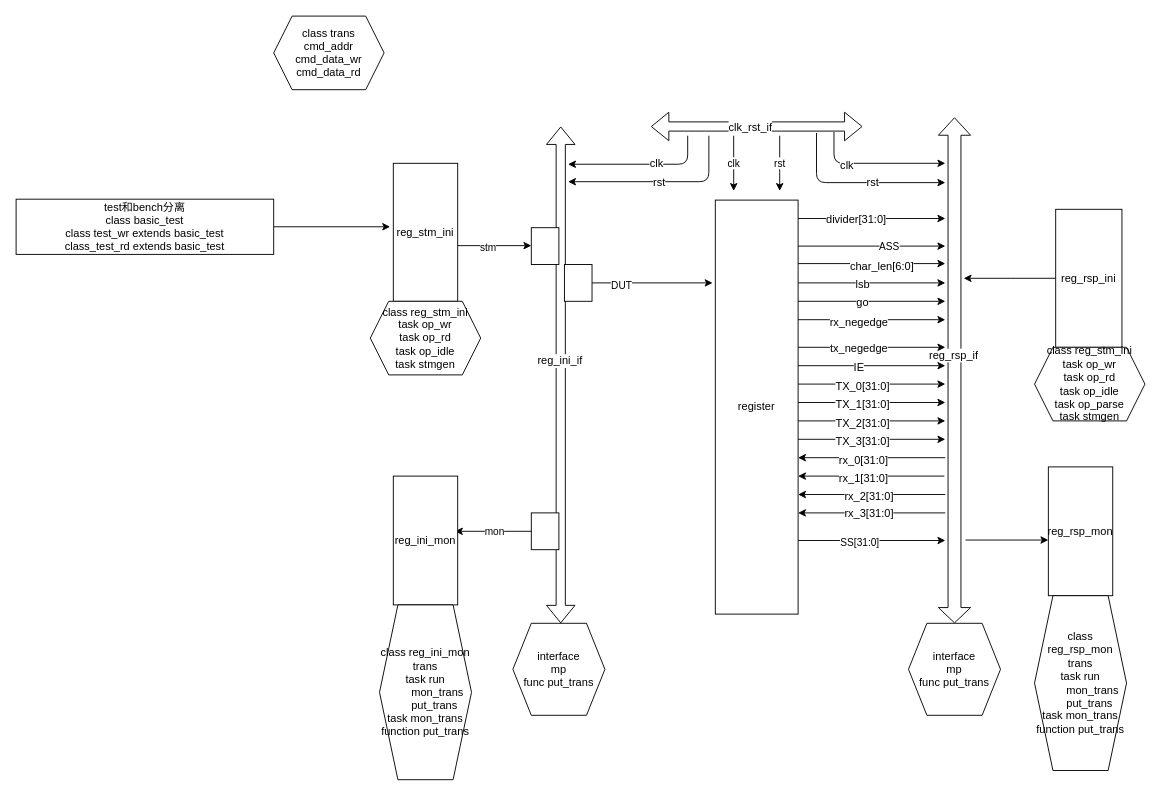
This is 寄存器读写验证.drawio from ghr12345/firsttest, a draw.io file, before an edit. Source tidied: cells renumbered, new cells numbered last; positions are measured from the earlier drawing's top-left corner, leaving out a move shared by most shapes. Both pictures are drawn from the tidied source at 92%, with x=0, y=0 at pixel (16, 16).
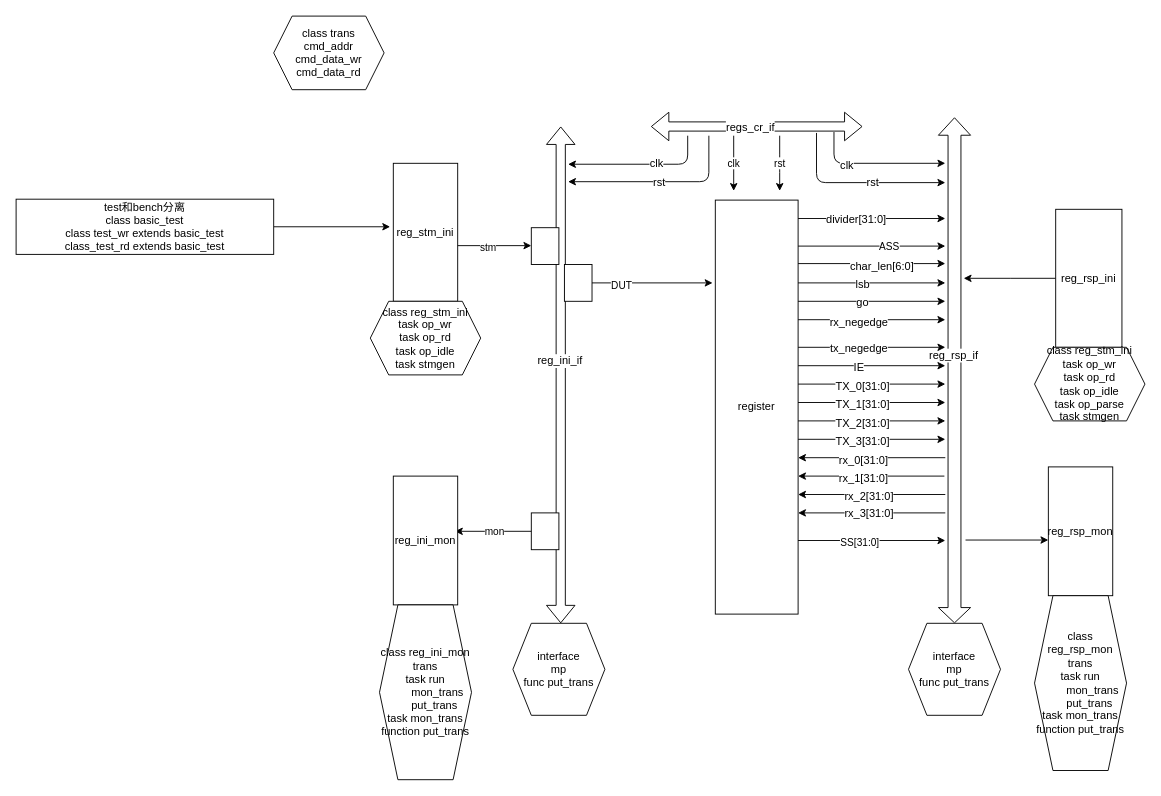
Above is the later version.

Commit message:
更新寄存器读写验证.drawio

Unchanged cells that the change refers to:
```xml
<mxCell id="3" style="shape=flexArrow;endArrow=classic;startArrow=classic;html=1;" parent="1" edge="1">
  <mxGeometry relative="1" as="geometry">
    <mxPoint x="690" y="120" as="sourcePoint" />
    <mxPoint x="920" y="120" as="targetPoint" />
  </mxGeometry>
</mxCell>
```

Change to the diagram source:
```diff
@@
-    <mxCell id="4" value="clk_rst_if" style="text;html=1;align=center;verticalAlign=middle;labelBackgroundColor=#ffffff;" parent="3" vertex="1">
+    <mxCell id="4" value="regs_cr_if" style="text;html=1;align=center;verticalAlign=middle;labelBackgroundColor=#ffffff;" parent="3" vertex="1">
       <mxGeometry x="-0.27" y="1" relative="1" as="geometry">
         <mxPoint x="23" y="1" as="offset" />
       </mxGeometry>
     </mxCell>
```
